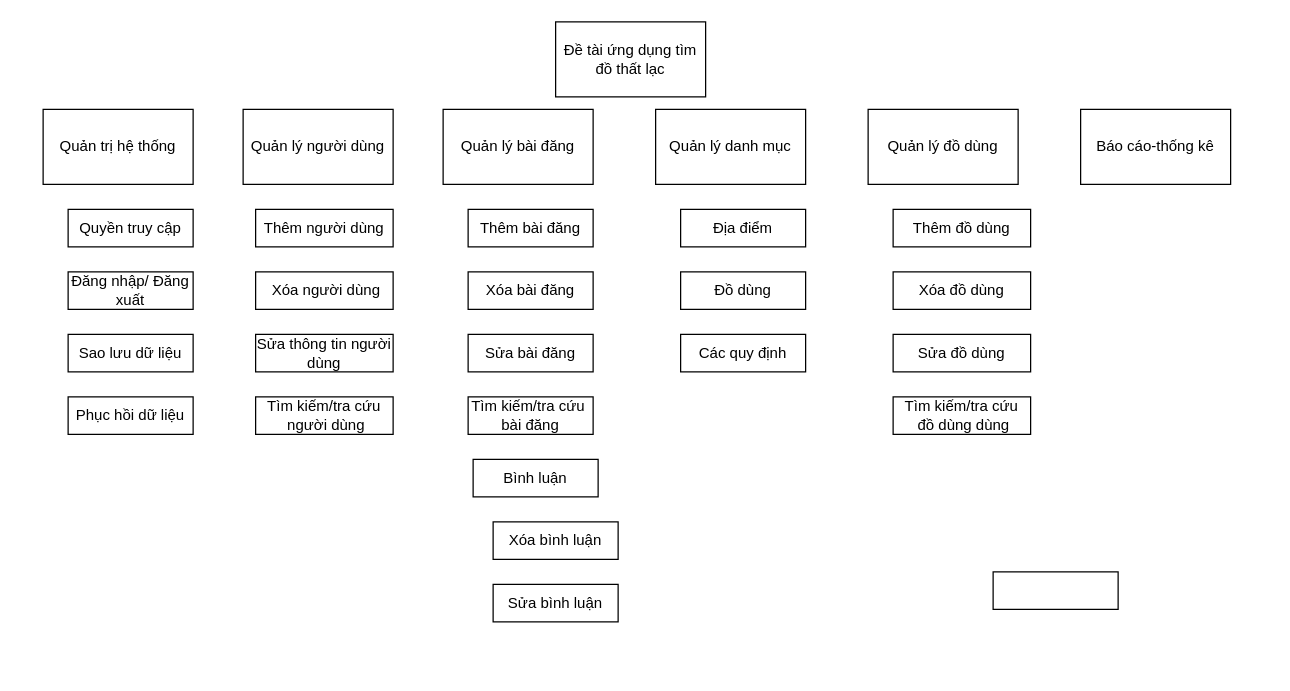
Above: page "Page-1" (1 of 2) of Untitled Diagram.drawio in nguyenthaituan/DATN (draw.io), before the change. Source tidied: cells renumbered, new cells numbered last; positions are measured from the earlier drawing's top-left corner, leaving out a move shared by most shapes. Both pictures are drawn from the tidied source at 125%, with x=0, y=0 at pixel (42, 21).
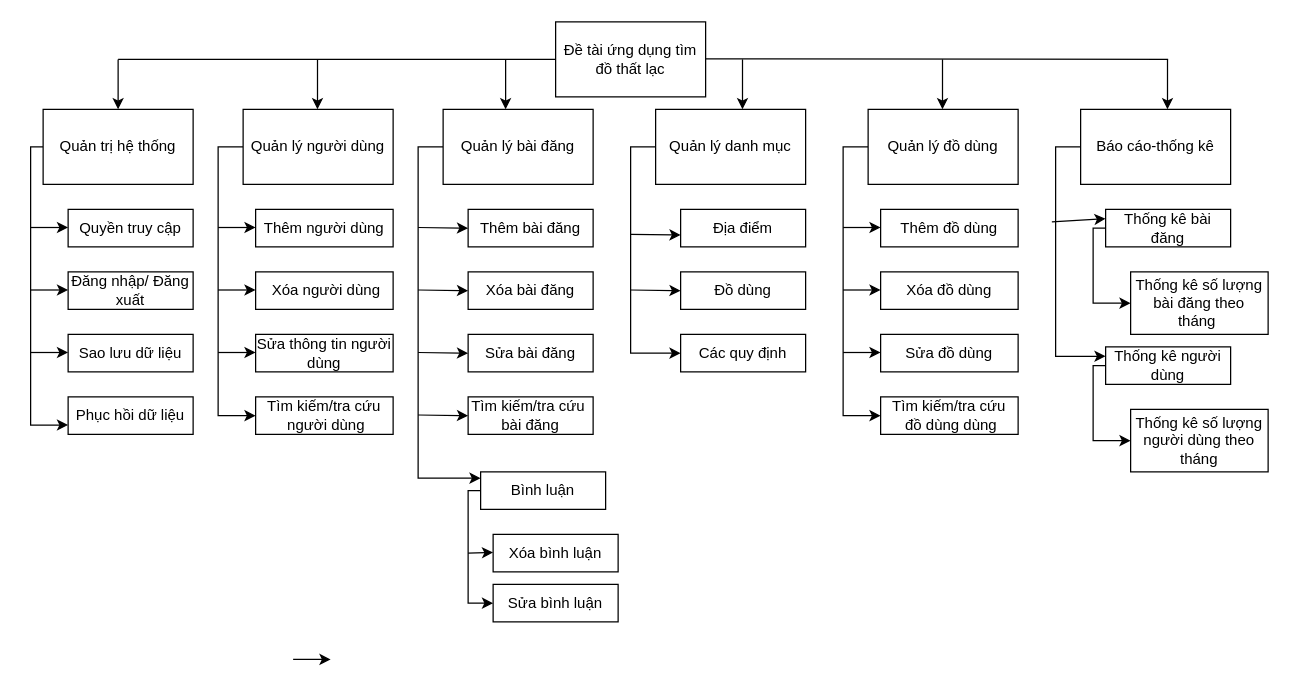
The same page after the edit.

The change refers to these unchanged cells:
```xml
<mxCell id="2" value="Đề tài ứng dụng tìm đồ thất lạc" style="rounded=0;whiteSpace=wrap;html=1;" parent="1" vertex="1">
  <mxGeometry x="410" width="120" height="60" as="geometry" />
</mxCell>
<mxCell id="3" value="Quản trị hệ thống" style="rounded=0;whiteSpace=wrap;html=1;" parent="1" vertex="1">
  <mxGeometry y="70" width="120" height="60" as="geometry" />
</mxCell>
<mxCell id="4" value="Quản lý người dùng" style="rounded=0;whiteSpace=wrap;html=1;" parent="1" vertex="1">
  <mxGeometry x="160" y="70" width="120" height="60" as="geometry" />
</mxCell>
<mxCell id="5" value="Quản lý bài đăng" style="rounded=0;whiteSpace=wrap;html=1;" parent="1" vertex="1">
  <mxGeometry x="320" y="70" width="120" height="60" as="geometry" />
</mxCell>
<mxCell id="6" value="Quản lý danh mục" style="rounded=0;whiteSpace=wrap;html=1;" parent="1" vertex="1">
  <mxGeometry x="490" y="70" width="120" height="60" as="geometry" />
</mxCell>
<mxCell id="7" value="Quản lý đồ dùng" style="rounded=0;whiteSpace=wrap;html=1;" parent="1" vertex="1">
  <mxGeometry x="660" y="70" width="120" height="60" as="geometry" />
</mxCell>
<mxCell id="11" value="Phục hồi dữ liệu" style="rounded=0;whiteSpace=wrap;html=1;" parent="1" vertex="1">
  <mxGeometry x="20" y="300" width="100" height="30" as="geometry" />
</mxCell>
<mxCell id="12" value="Thêm bài đăng" style="rounded=0;whiteSpace=wrap;html=1;" parent="1" vertex="1">
  <mxGeometry x="340" y="150" width="100" height="30" as="geometry" />
</mxCell>
<mxCell id="17" value="Các quy định" style="rounded=0;whiteSpace=wrap;html=1;" parent="1" vertex="1">
  <mxGeometry x="510" y="250" width="100" height="30" as="geometry" />
</mxCell>
<mxCell id="21" value="Tìm kiếm/tra cứu&lt;br&gt;&amp;nbsp;người dùng" style="rounded=0;whiteSpace=wrap;html=1;" parent="1" vertex="1">
  <mxGeometry x="170" y="300" width="110" height="30" as="geometry" />
</mxCell>
<mxCell id="25" value="Sửa bình luận" style="rounded=0;whiteSpace=wrap;html=1;" parent="1" vertex="1">
  <mxGeometry x="360" y="450" width="100" height="30" as="geometry" />
</mxCell>
<mxCell id="27" value="Báo cáo-thống kê" style="rounded=0;whiteSpace=wrap;html=1;" parent="1" vertex="1">
  <mxGeometry x="830" y="70" width="120" height="60" as="geometry" />
</mxCell>
```

What changed in the source:
```diff
@@
+    <mxCell id="32" style="edgeStyle=orthogonalEdgeStyle;rounded=0;jettySize=auto;html=1;entryX=0;entryY=0.75;entryDx=0;entryDy=0;" parent="1" edge="1" source="3" target="11">
+      <mxGeometry relative="1" as="geometry">
+        <Array as="points">
+          <mxPoint x="-10" y="100" />
+          <mxPoint x="-10" y="323" />
+        </Array>
+      </mxGeometry>
+    </mxCell>
@@
+    <mxCell id="33" style="edgeStyle=orthogonalEdgeStyle;rounded=0;jettySize=auto;html=1;entryX=0;entryY=0.5;entryDx=0;entryDy=0;" parent="1" edge="1" source="4" target="21">
+      <mxGeometry relative="1" as="geometry">
+        <Array as="points">
+          <mxPoint x="140" y="100" />
+          <mxPoint x="140" y="315" />
+        </Array>
+      </mxGeometry>
+    </mxCell>
@@
+    <mxCell id="34" style="edgeStyle=orthogonalEdgeStyle;rounded=0;jettySize=auto;html=1;" parent="1" edge="1" source="5">
+      <mxGeometry relative="1" as="geometry">
+        <mxPoint x="350" y="365" as="targetPoint" />
+        <Array as="points">
+          <mxPoint x="300" y="100" />
+          <mxPoint x="300" y="365" />
+        </Array>
+      </mxGeometry>
+    </mxCell>
@@
+    <mxCell id="35" style="edgeStyle=orthogonalEdgeStyle;rounded=0;jettySize=auto;html=1;entryX=0;entryY=0.5;entryDx=0;entryDy=0;" parent="1" edge="1" source="6" target="17">
+      <mxGeometry relative="1" as="geometry">
+        <Array as="points">
+          <mxPoint x="470" y="100" />
+          <mxPoint x="470" y="265" />
+        </Array>
+      </mxGeometry>
+    </mxCell>
@@
+    <mxCell id="36" style="edgeStyle=orthogonalEdgeStyle;rounded=0;jettySize=auto;html=1;entryX=0;entryY=0.5;entryDx=0;entryDy=0;" parent="1" edge="1" source="7" target="30">
+      <mxGeometry relative="1" as="geometry">
+        <Array as="points">
+          <mxPoint x="640" y="100" />
+          <mxPoint x="640" y="315" />
+        </Array>
+      </mxGeometry>
+    </mxCell>
@@
+    <mxCell id="37" style="edgeStyle=orthogonalEdgeStyle;rounded=0;jettySize=auto;html=1;entryX=0;entryY=0.5;entryDx=0;entryDy=0;" parent="1" edge="1" source="23" target="25">
+      <mxGeometry relative="1" as="geometry">
+        <Array as="points">
+          <mxPoint x="340" y="375" />
+          <mxPoint x="340" y="465" />
+        </Array>
+      </mxGeometry>
+    </mxCell>
     <mxCell id="23" value="Bình luận" style="rounded=0;whiteSpace=wrap;html=1;" parent="1" vertex="1">
-      <mxGeometry x="344" y="350" width="100" height="30" as="geometry" />
+      <mxGeometry x="350" y="360" width="100" height="30" as="geometry" />
     </mxCell>
+    <mxCell id="38" style="edgeStyle=orthogonalEdgeStyle;rounded=0;jettySize=auto;html=1;entryX=0;entryY=0.5;entryDx=0;entryDy=0;" parent="1" edge="1" source="24" target="43">
+      <mxGeometry relative="1" as="geometry">
+        <Array as="points">
+          <mxPoint x="840" y="165" />
+          <mxPoint x="840" y="225" />
+        </Array>
+      </mxGeometry>
+    </mxCell>
-    <mxCell id="24" style="rounded=0;whiteSpace=wrap;html=1;" parent="1" vertex="1">
-      <mxGeometry x="760" y="440" width="100" height="30" as="geometry" />
+    <mxCell id="24" value="Thống kê bài đăng" style="rounded=0;whiteSpace=wrap;html=1;" parent="1" vertex="1">
+      <mxGeometry x="850" y="150" width="100" height="30" as="geometry" />
     </mxCell>
@@
     <mxCell id="26" value="Xóa bình luận" style="rounded=0;whiteSpace=wrap;html=1;" parent="1" vertex="1">
-      <mxGeometry x="360" y="400" width="100" height="30" as="geometry" />
+      <mxGeometry x="360" y="410" width="100" height="30" as="geometry" />
     </mxCell>
+    <mxCell id="39" style="edgeStyle=orthogonalEdgeStyle;rounded=0;jettySize=auto;html=1;entryX=0;entryY=0.25;entryDx=0;entryDy=0;" parent="1" edge="1" source="27" target="41">
+      <mxGeometry relative="1" as="geometry">
+        <Array as="points">
+          <mxPoint x="810" y="100" />
+          <mxPoint x="810" y="268" />
+        </Array>
+      </mxGeometry>
+    </mxCell>
@@
     <mxCell id="28" value="Thêm đồ dùng" style="rounded=0;whiteSpace=wrap;html=1;" parent="1" vertex="1">
-      <mxGeometry x="680" y="150" width="110" height="30" as="geometry" />
+      <mxGeometry x="670" y="150" width="110" height="30" as="geometry" />
     </mxCell>
     <mxCell id="29" value="Xóa đồ dùng" style="rounded=0;whiteSpace=wrap;html=1;" parent="1" vertex="1">
-      <mxGeometry x="680" y="200" width="110" height="30" as="geometry" />
+      <mxGeometry x="670" y="200" width="110" height="30" as="geometry" />
     </mxCell>
     <mxCell id="30" value="Tìm kiếm/tra cứu&lt;br&gt;&amp;nbsp;đồ dùng dùng" style="rounded=0;whiteSpace=wrap;html=1;" parent="1" vertex="1">
-      <mxGeometry x="680" y="300" width="110" height="30" as="geometry" />
+      <mxGeometry x="670" y="300" width="110" height="30" as="geometry" />
     </mxCell>
     <mxCell id="31" value="Sửa đồ dùng" style="rounded=0;whiteSpace=wrap;html=1;" parent="1" vertex="1">
-      <mxGeometry x="680" y="250" width="110" height="30" as="geometry" />
+      <mxGeometry x="670" y="250" width="110" height="30" as="geometry" />
     </mxCell>
+    <mxCell id="40" style="edgeStyle=orthogonalEdgeStyle;rounded=0;jettySize=auto;html=1;entryX=0;entryY=0.5;entryDx=0;entryDy=0;" parent="1" edge="1" source="41" target="42">
+      <mxGeometry relative="1" as="geometry">
+        <Array as="points">
+          <mxPoint x="840" y="275" />
+          <mxPoint x="840" y="335" />
+        </Array>
+      </mxGeometry>
+    </mxCell>
+    <mxCell id="41" value="Thống kê người dùng" style="rounded=0;whiteSpace=wrap;html=1;" parent="1" vertex="1">
+      <mxGeometry x="850" y="260" width="100" height="30" as="geometry" />
+    </mxCell>
+    <mxCell id="42" value="Thống kê số lượng người dùng theo tháng" style="rounded=0;whiteSpace=wrap;html=1;" parent="1" vertex="1">
+      <mxGeometry x="870" y="310" width="110" height="50" as="geometry" />
+    </mxCell>
+    <mxCell id="43" value="Thống kê số lượng bài đăng theo tháng&lt;span style=&quot;white-space: pre&quot;&gt; &lt;/span&gt;" style="rounded=0;whiteSpace=wrap;html=1;" parent="1" vertex="1">
+      <mxGeometry x="870" y="200" width="110" height="50" as="geometry" />
+    </mxCell>
+    <mxCell id="44" style="endArrow=none;html=1;entryX=0;entryY=0.5;entryDx=0;entryDy=0;" parent="1" edge="1" target="2">
+      <mxGeometry relative="1" as="geometry">
+        <mxPoint x="60" y="30" as="sourcePoint" />
+      </mxGeometry>
+    </mxCell>
+    <mxCell id="45" style="endArrow=none;html=1;" parent="1" edge="1">
+      <mxGeometry relative="1" as="geometry">
+        <mxPoint x="530" y="29.5" as="sourcePoint" />
+        <mxPoint x="900" y="30" as="targetPoint" />
+      </mxGeometry>
+    </mxCell>
+    <mxCell id="46" style="endArrow=classic;html=1;entryX=0.5;entryY=0;entryDx=0;entryDy=0;" parent="1" edge="1" target="3">
+      <mxGeometry relative="1" as="geometry">
+        <mxPoint x="60" y="30" as="sourcePoint" />
+      </mxGeometry>
+    </mxCell>
+    <mxCell id="47" style="endArrow=classic;html=1;entryX=0.5;entryY=0;entryDx=0;entryDy=0;" parent="1" edge="1">
+      <mxGeometry relative="1" as="geometry">
+        <mxPoint x="219.5" y="30" as="sourcePoint" />
+        <mxPoint x="219.5" y="70" as="targetPoint" />
+      </mxGeometry>
+    </mxCell>
+    <mxCell id="48" style="endArrow=classic;html=1;entryX=0.5;entryY=0;entryDx=0;entryDy=0;" parent="1" edge="1">
+      <mxGeometry relative="1" as="geometry">
+        <mxPoint x="370" y="30" as="sourcePoint" />
+        <mxPoint x="370" y="70" as="targetPoint" />
+      </mxGeometry>
+    </mxCell>
+    <mxCell id="49" style="endArrow=classic;html=1;entryX=0.5;entryY=0;entryDx=0;entryDy=0;" parent="1" edge="1">
+      <mxGeometry relative="1" as="geometry">
+        <mxPoint x="559.5" y="30" as="sourcePoint" />
+        <mxPoint x="559.5" y="70" as="targetPoint" />
+      </mxGeometry>
+    </mxCell>
+    <mxCell id="50" style="endArrow=classic;html=1;entryX=0.5;entryY=0;entryDx=0;entryDy=0;" parent="1" edge="1">
+      <mxGeometry relative="1" as="geometry">
+        <mxPoint x="899.5" y="30" as="sourcePoint" />
+        <mxPoint x="899.5" y="70" as="targetPoint" />
+      </mxGeometry>
+    </mxCell>
+    <mxCell id="51" style="endArrow=classic;html=1;entryX=0.5;entryY=0;entryDx=0;entryDy=0;" parent="1" edge="1">
+      <mxGeometry relative="1" as="geometry">
+        <mxPoint x="719.5" y="30" as="sourcePoint" />
+        <mxPoint x="719.5" y="70" as="targetPoint" />
+      </mxGeometry>
+    </mxCell>
+    <mxCell id="52" style="endArrow=classic;html=1;" parent="1" edge="1">
+      <mxGeometry relative="1" as="geometry">
+        <mxPoint x="-10" y="164.5" as="sourcePoint" />
+        <mxPoint x="20" y="164.5" as="targetPoint" />
+      </mxGeometry>
+    </mxCell>
+    <mxCell id="53" style="endArrow=classic;html=1;" parent="1" edge="1">
+      <mxGeometry relative="1" as="geometry">
+        <mxPoint x="-10" y="214.5" as="sourcePoint" />
+        <mxPoint x="20" y="214.5" as="targetPoint" />
+      </mxGeometry>
+    </mxCell>
+    <mxCell id="54" style="endArrow=classic;html=1;" parent="1" edge="1">
+      <mxGeometry relative="1" as="geometry">
+        <mxPoint x="-10" y="264.5" as="sourcePoint" />
+        <mxPoint x="20" y="264.5" as="targetPoint" />
+      </mxGeometry>
+    </mxCell>
+    <mxCell id="55" style="endArrow=classic;html=1;" parent="1" edge="1">
+      <mxGeometry relative="1" as="geometry">
+        <mxPoint x="140" y="164.5" as="sourcePoint" />
+        <mxPoint x="170" y="164.5" as="targetPoint" />
+      </mxGeometry>
+    </mxCell>
+    <mxCell id="56" style="endArrow=classic;html=1;" parent="1" edge="1">
+      <mxGeometry relative="1" as="geometry">
+        <mxPoint x="140" y="214.5" as="sourcePoint" />
+        <mxPoint x="170" y="214.5" as="targetPoint" />
+      </mxGeometry>
+    </mxCell>
+    <mxCell id="57" style="endArrow=classic;html=1;" parent="1" edge="1">
+      <mxGeometry relative="1" as="geometry">
+        <mxPoint x="140" y="264.5" as="sourcePoint" />
+        <mxPoint x="170" y="264.5" as="targetPoint" />
+      </mxGeometry>
+    </mxCell>
+    <mxCell id="58" style="endArrow=classic;html=1;entryX=0;entryY=0.5;entryDx=0;entryDy=0;" parent="1" edge="1" target="12">
+      <mxGeometry relative="1" as="geometry">
+        <mxPoint x="300" y="164.5" as="sourcePoint" />
+      </mxGeometry>
+    </mxCell>
+    <mxCell id="59" style="endArrow=classic;html=1;" parent="1" edge="1">
+      <mxGeometry relative="1" as="geometry">
+        <mxPoint x="340" y="425" as="sourcePoint" />
+        <mxPoint x="360" y="424.5" as="targetPoint" />
+      </mxGeometry>
+    </mxCell>
+    <mxCell id="60" style="endArrow=classic;html=1;" parent="1" edge="1">
+      <mxGeometry relative="1" as="geometry">
+        <mxPoint x="200" y="510" as="sourcePoint" />
+        <mxPoint x="230" y="510" as="targetPoint" />
+      </mxGeometry>
+    </mxCell>
+    <mxCell id="61" style="endArrow=classic;html=1;entryX=0;entryY=0.25;entryDx=0;entryDy=0;" parent="1" edge="1" target="24">
+      <mxGeometry relative="1" as="geometry">
+        <mxPoint x="807" y="160" as="sourcePoint" />
+      </mxGeometry>
+    </mxCell>
+    <mxCell id="62" style="endArrow=classic;html=1;" parent="1" edge="1">
+      <mxGeometry relative="1" as="geometry">
+        <mxPoint x="640" y="164.5" as="sourcePoint" />
+        <mxPoint x="670" y="164.5" as="targetPoint" />
+      </mxGeometry>
+    </mxCell>
+    <mxCell id="63" style="endArrow=classic;html=1;entryX=0;entryY=0.5;entryDx=0;entryDy=0;" parent="1" edge="1">
+      <mxGeometry relative="1" as="geometry">
+        <mxPoint x="300" y="214.5" as="sourcePoint" />
+        <mxPoint x="340" y="215" as="targetPoint" />
+      </mxGeometry>
+    </mxCell>
+    <mxCell id="64" style="endArrow=classic;html=1;entryX=0;entryY=0.5;entryDx=0;entryDy=0;" parent="1" edge="1">
+      <mxGeometry relative="1" as="geometry">
+        <mxPoint x="300" y="264.5" as="sourcePoint" />
+        <mxPoint x="340" y="265" as="targetPoint" />
+      </mxGeometry>
+    </mxCell>
+    <mxCell id="65" style="endArrow=classic;html=1;entryX=0;entryY=0.5;entryDx=0;entryDy=0;" parent="1" edge="1">
+      <mxGeometry relative="1" as="geometry">
+        <mxPoint x="300" y="314.5" as="sourcePoint" />
+        <mxPoint x="340" y="315" as="targetPoint" />
+      </mxGeometry>
+    </mxCell>
+    <mxCell id="66" style="endArrow=classic;html=1;entryX=0;entryY=0.5;entryDx=0;entryDy=0;" parent="1" edge="1">
+      <mxGeometry relative="1" as="geometry">
+        <mxPoint x="470" y="170" as="sourcePoint" />
+        <mxPoint x="510" y="170.5" as="targetPoint" />
+      </mxGeometry>
+    </mxCell>
+    <mxCell id="67" style="endArrow=classic;html=1;entryX=0;entryY=0.5;entryDx=0;entryDy=0;" parent="1" edge="1">
+      <mxGeometry relative="1" as="geometry">
+        <mxPoint x="470" y="214.5" as="sourcePoint" />
+        <mxPoint x="510" y="215" as="targetPoint" />
+      </mxGeometry>
+    </mxCell>
+    <mxCell id="68" style="endArrow=classic;html=1;" parent="1" edge="1">
+      <mxGeometry relative="1" as="geometry">
+        <mxPoint x="640" y="214.5" as="sourcePoint" />
+        <mxPoint x="670" y="214.5" as="targetPoint" />
+      </mxGeometry>
+    </mxCell>
+    <mxCell id="69" style="endArrow=classic;html=1;" parent="1" edge="1">
+      <mxGeometry relative="1" as="geometry">
+        <mxPoint x="640" y="264.5" as="sourcePoint" />
+        <mxPoint x="670" y="264.5" as="targetPoint" />
+      </mxGeometry>
+    </mxCell>
```
